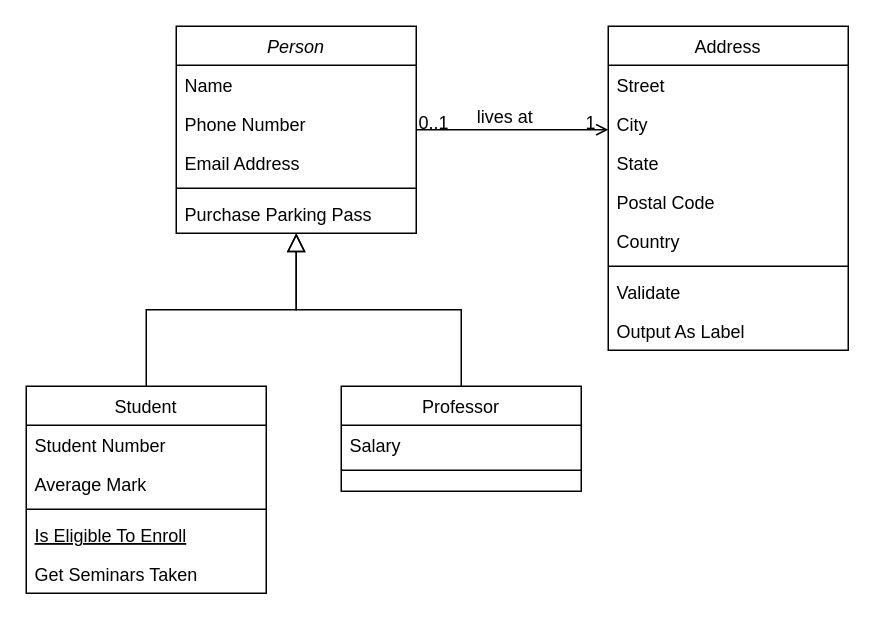
This is Diagramme sans nom.drawio from vincapozzoli/draw_diagrams, a draw.io file, before an edit. Source tidied: cells renumbered, new cells numbered last; positions are measured from the earlier drawing's top-left corner, leaving out a move shared by most shapes. Both pictures are drawn from the tidied source at 150%, with x=0, y=0 at pixel (26, 26).
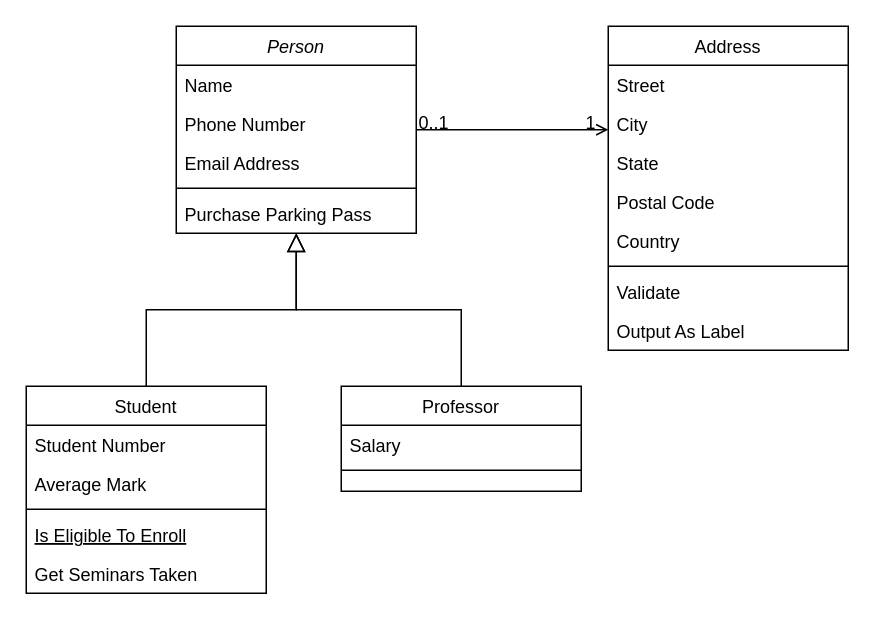
After the change.

Unchanged cells that the change refers to:
```xml
<mxCell id="28" style="endArrow=open;shadow=0;strokeWidth=1;rounded=0;curved=0;endFill=1;edgeStyle=elbowEdgeStyle;elbow=vertical;" parent="1" edge="1" source="2" target="19">
  <mxGeometry x="0.5" y="41" relative="1" as="geometry">
    <mxPoint x="-40" y="32" as="offset" />
  </mxGeometry>
</mxCell>
```

The edit, as a diff of the source:
```diff
@@
-    <mxCell id="31" value="lives at" style="text;html=1;align=center;verticalAlign=middle;labelBackgroundColor=none;rounded=0;shadow=0;strokeWidth=1;fontSize=12;" parent="28" vertex="1">
-      <mxGeometry x="0.5" y="49" relative="1" as="geometry">
-        <mxPoint x="-38" y="40" as="offset" />
-      </mxGeometry>
-    </mxCell>
```
